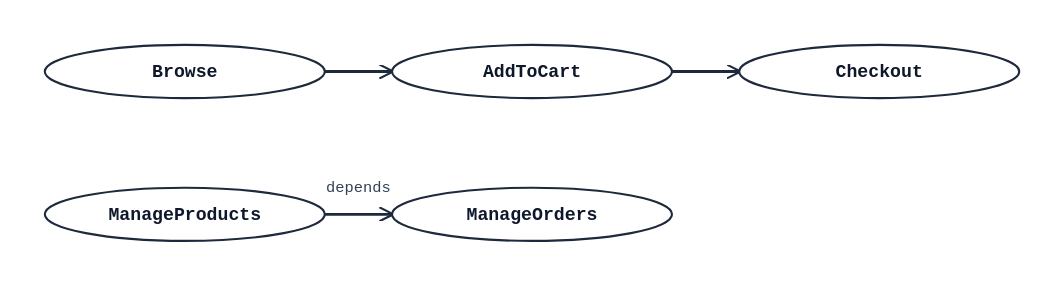
The PlantUML diagram docs/examples/usecase/04_with_packages.svg in alliecatowo/puml, before a commit. Its source is kept beside it as docs/examples/usecase/04_with_packages.puml. Its diagram source:
```plantuml
@startuml
usecase Browse
usecase AddToCart
usecase Checkout
usecase ManageProducts as MP
usecase ManageOrders as MO
Browse --> AddToCart
AddToCart --> Checkout
MP --> MO : depends
@enduml
```
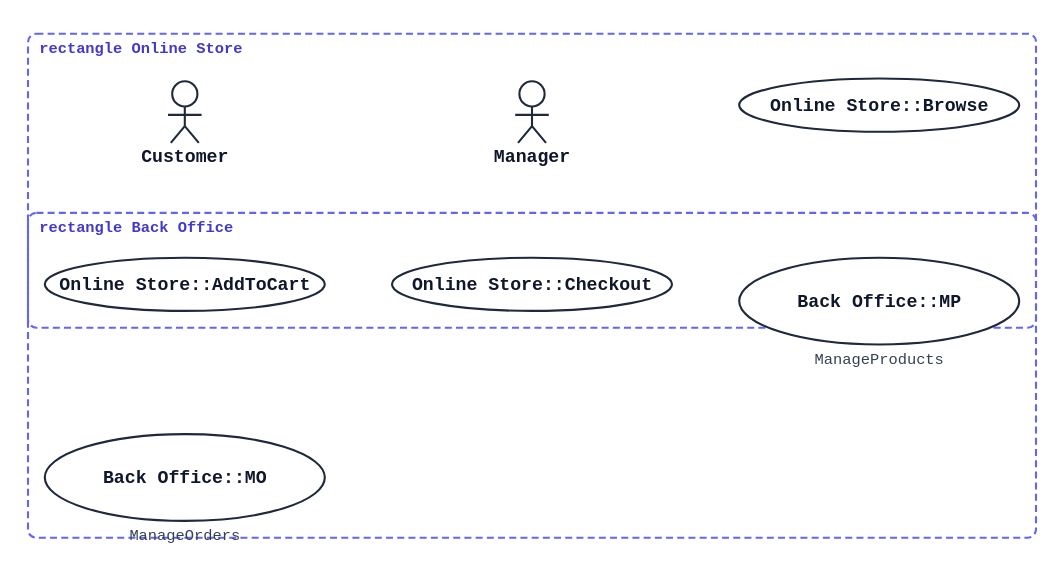
Above is the later version.

Commit message:
Fix #479: render system boundary rectangles in usecase diagrams

Change to the diagram source:
```diff
@@ -1,9 +1,23 @@
 @startuml
-usecase Browse
-usecase AddToCart
-usecase Checkout
-usecase ManageProducts as MP
-usecase ManageOrders as MO
+actor Customer
+actor Manager
+
+rectangle "Online Store" {
+  usecase Browse
+  usecase AddToCart
+  usecase Checkout
+}
+
+rectangle "Back Office" {
+  usecase ManageProducts as MP
+  usecase ManageOrders as MO
+}
+
+Customer --> Browse
+Customer --> AddToCart
+Customer --> Checkout
+Manager --> MP
+Manager --> MO
 Browse --> AddToCart
 AddToCart --> Checkout
 MP --> MO : depends
```
